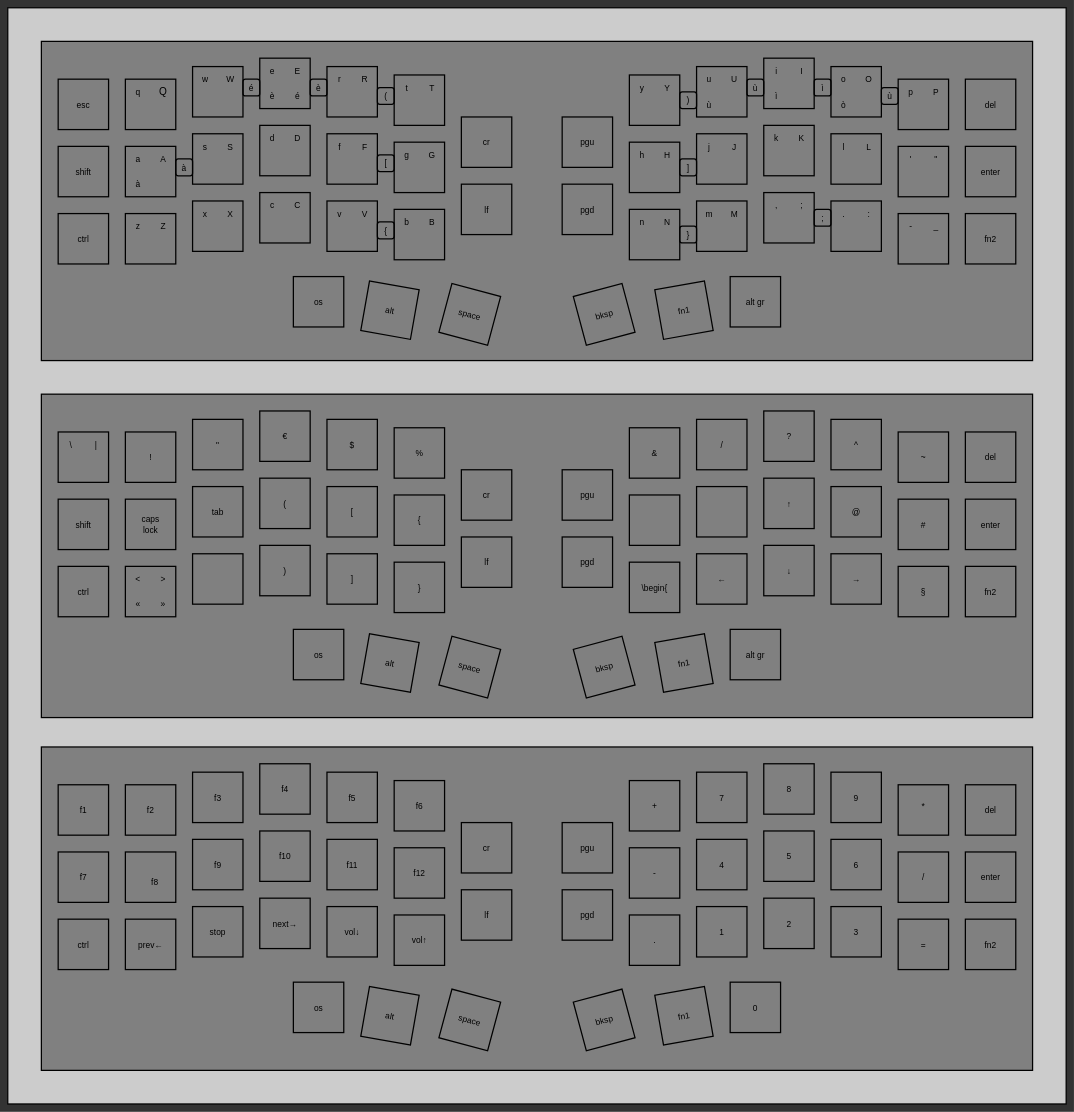
The draw.io diagram layout.dio in dellarosciagiorgio/crkbd, before the edit. Source tidied: cells renumbered, new cells numbered last; positions are measured from the earlier drawing's top-left corner, leaving out a move shared by most shapes. Both pictures are drawn from the tidied source at 42%, with x=0, y=0 at pixel (8, 8).
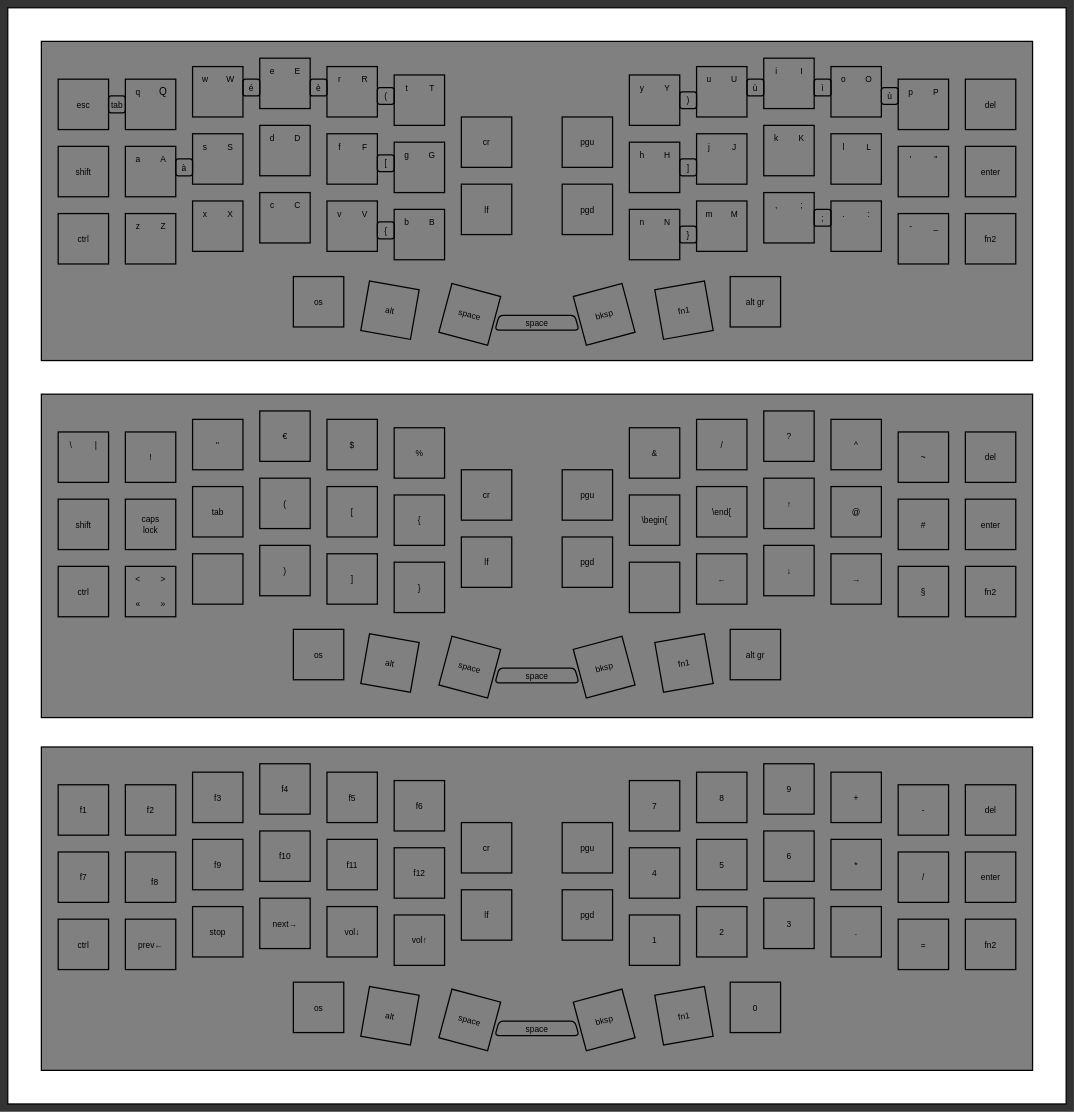
The same diagram, later.

The edit, as a diff of the source:
```diff
@@
-    <mxCell id="2" style="rounded=0;whiteSpace=wrap;html=1;fillColor=#CCCCCC;strokeWidth=3;strokeColor=#000000;fontColor=default;" parent="1" vertex="1">
+    <mxCell id="2" style="rounded=0;whiteSpace=wrap;html=1;fillColor=default;strokeWidth=3;strokeColor=#000000;fontColor=default;" parent="1" vertex="1">
       <mxGeometry width="2520" height="2610" as="geometry" />
     </mxCell>
@@
-    <mxCell id="148" value="&lt;font style=&quot;font-size: 20px; color: rgb(0, 0, 0);&quot;&gt;à&lt;/font&gt;" style="text;html=1;strokeColor=none;fillColor=none;align=center;verticalAlign=middle;whiteSpace=wrap;rounded=0;strokeWidth=1;fontFamily=Cascadia Code;fontColor=default;" parent="1" vertex="1">
-      <mxGeometry x="280" y="390" width="60" height="60" as="geometry" />
-    </mxCell>
@@
-    <mxCell id="159" value="&lt;font style=&quot;font-size: 20px; color: rgb(0, 0, 0);&quot;&gt;é&lt;/font&gt;" style="text;html=1;strokeColor=none;fillColor=none;align=center;verticalAlign=middle;whiteSpace=wrap;rounded=0;strokeWidth=1;fontFamily=Cascadia Code;fontColor=default;" parent="1" vertex="1">
-      <mxGeometry x="660" y="180" width="60" height="60" as="geometry" />
-    </mxCell>
-    <mxCell id="160" value="&lt;font style=&quot;font-size: 20px; color: rgb(0, 0, 0);&quot;&gt;è&lt;/font&gt;" style="text;html=1;strokeColor=none;fillColor=none;align=center;verticalAlign=middle;whiteSpace=wrap;rounded=0;strokeWidth=1;fontFamily=Cascadia Code;fontColor=default;" parent="1" vertex="1">
-      <mxGeometry x="600" y="180" width="60" height="60" as="geometry" />
-    </mxCell>
@@
-    <mxCell id="210" value="&lt;font style=&quot;font-size: 20px; color: rgb(0, 0, 0);&quot;&gt;ù&lt;/font&gt;" style="text;html=1;strokeColor=none;fillColor=none;align=center;verticalAlign=middle;whiteSpace=wrap;rounded=0;strokeWidth=1;fontFamily=Cascadia Code;fontColor=default;rotation=0;" parent="1" vertex="1">
-      <mxGeometry x="1640" y="200" width="60" height="60" as="geometry" />
-    </mxCell>
-    <mxCell id="211" value="&lt;font style=&quot;font-size: 20px; color: rgb(0, 0, 0);&quot;&gt;ì&lt;/font&gt;" style="text;html=1;strokeColor=none;fillColor=none;align=center;verticalAlign=middle;whiteSpace=wrap;rounded=0;strokeWidth=1;fontFamily=Cascadia Code;fontColor=default;rotation=0;" parent="1" vertex="1">
-      <mxGeometry x="1800" y="180" width="60" height="60" as="geometry" />
-    </mxCell>
-    <mxCell id="212" value="&lt;font style=&quot;font-size: 20px; color: rgb(0, 0, 0);&quot;&gt;ò&lt;/font&gt;" style="text;html=1;strokeColor=none;fillColor=none;align=center;verticalAlign=middle;whiteSpace=wrap;rounded=0;strokeWidth=1;fontFamily=Cascadia Code;fontColor=default;rotation=0;" parent="1" vertex="1">
-      <mxGeometry x="1960" y="200" width="60" height="60" as="geometry" />
-    </mxCell>
@@
     <mxCell id="285" value="&lt;font style=&quot;font-size: 20px; color: rgb(0, 0, 0);&quot;&gt;1&lt;/font&gt;" style="text;html=1;strokeColor=none;fillColor=none;align=center;verticalAlign=middle;whiteSpace=wrap;rounded=0;strokeWidth=1;fontFamily=Cascadia Code;fontColor=default;rotation=0;" parent="1" vertex="1">
-      <mxGeometry x="1670" y="2170" width="60" height="60" as="geometry" />
+      <mxGeometry x="1510" y="2190" width="60" height="60" as="geometry" />
     </mxCell>
     <mxCell id="286" value="&lt;font style=&quot;font-size: 20px; color: rgb(0, 0, 0);&quot;&gt;2&lt;/font&gt;" style="text;html=1;strokeColor=none;fillColor=none;align=center;verticalAlign=middle;whiteSpace=wrap;rounded=0;strokeWidth=1;fontFamily=Cascadia Code;fontColor=default;rotation=0;" parent="1" vertex="1">
-      <mxGeometry x="1830" y="2150" width="60" height="60" as="geometry" />
+      <mxGeometry x="1670" y="2170" width="60" height="60" as="geometry" />
     </mxCell>
     <mxCell id="287" value="&lt;font style=&quot;font-size: 20px; color: rgb(0, 0, 0);&quot;&gt;3&lt;/font&gt;" style="text;html=1;strokeColor=none;fillColor=none;align=center;verticalAlign=middle;whiteSpace=wrap;rounded=0;strokeWidth=1;fontFamily=Cascadia Code;fontColor=default;rotation=0;" parent="1" vertex="1">
-      <mxGeometry x="1990" y="2170" width="60" height="60" as="geometry" />
+      <mxGeometry x="1830" y="2150" width="60" height="60" as="geometry" />
     </mxCell>
     <mxCell id="288" value="&lt;font style=&quot;font-size: 20px; color: rgb(0, 0, 0);&quot;&gt;6&lt;/font&gt;" style="text;html=1;strokeColor=none;fillColor=none;align=center;verticalAlign=middle;whiteSpace=wrap;rounded=0;strokeWidth=1;fontFamily=Cascadia Code;fontColor=default;rotation=0;" parent="1" vertex="1">
-      <mxGeometry x="1990" y="2010" width="60" height="60" as="geometry" />
+      <mxGeometry x="1830" y="1990" width="60" height="60" as="geometry" />
     </mxCell>
     <mxCell id="289" value="&lt;font style=&quot;font-size: 20px; color: rgb(0, 0, 0);&quot;&gt;5&lt;/font&gt;" style="text;html=1;strokeColor=none;fillColor=none;align=center;verticalAlign=middle;whiteSpace=wrap;rounded=0;strokeWidth=1;fontFamily=Cascadia Code;fontColor=default;rotation=0;" parent="1" vertex="1">
-      <mxGeometry x="1830" y="1990" width="60" height="60" as="geometry" />
+      <mxGeometry x="1670" y="2010" width="60" height="60" as="geometry" />
     </mxCell>
     <mxCell id="290" value="&lt;font style=&quot;font-size: 20px; color: rgb(0, 0, 0);&quot;&gt;4&lt;/font&gt;" style="text;html=1;strokeColor=none;fillColor=none;align=center;verticalAlign=middle;whiteSpace=wrap;rounded=0;strokeWidth=1;fontFamily=Cascadia Code;fontColor=default;rotation=0;" parent="1" vertex="1">
-      <mxGeometry x="1670" y="2010" width="60" height="60" as="geometry" />
+      <mxGeometry x="1510" y="2030" width="60" height="60" as="geometry" />
     </mxCell>
     <mxCell id="291" value="&lt;font style=&quot;font-size: 20px; color: rgb(0, 0, 0);&quot;&gt;7&lt;/font&gt;" style="text;html=1;strokeColor=none;fillColor=none;align=center;verticalAlign=middle;whiteSpace=wrap;rounded=0;strokeWidth=1;fontFamily=Cascadia Code;fontColor=default;rotation=0;" parent="1" vertex="1">
-      <mxGeometry x="1670" y="1850" width="60" height="60" as="geometry" />
+      <mxGeometry x="1510" y="1870" width="60" height="60" as="geometry" />
     </mxCell>
     <mxCell id="292" value="&lt;font style=&quot;font-size: 20px; color: rgb(0, 0, 0);&quot;&gt;8&lt;/font&gt;" style="text;html=1;strokeColor=none;fillColor=none;align=center;verticalAlign=middle;whiteSpace=wrap;rounded=0;strokeWidth=1;fontFamily=Cascadia Code;fontColor=default;rotation=0;" parent="1" vertex="1">
-      <mxGeometry x="1830" y="1830" width="60" height="60" as="geometry" />
+      <mxGeometry x="1670" y="1850" width="60" height="60" as="geometry" />
     </mxCell>
     <mxCell id="293" value="&lt;font style=&quot;font-size: 20px; color: rgb(0, 0, 0);&quot;&gt;9&lt;/font&gt;" style="text;html=1;strokeColor=none;fillColor=none;align=center;verticalAlign=middle;whiteSpace=wrap;rounded=0;strokeWidth=1;fontFamily=Cascadia Code;fontColor=default;rotation=0;" parent="1" vertex="1">
-      <mxGeometry x="1990" y="1850" width="60" height="60" as="geometry" />
+      <mxGeometry x="1830" y="1830" width="60" height="60" as="geometry" />
     </mxCell>
@@
     <mxCell id="296" value="&lt;font style=&quot;font-size: 20px; color: rgb(0, 0, 0);&quot;&gt;-&lt;/font&gt;" style="text;html=1;strokeColor=none;fillColor=none;align=center;verticalAlign=middle;whiteSpace=wrap;rounded=0;strokeWidth=1;fontFamily=Cascadia Code;fontColor=default;rotation=0;" parent="1" vertex="1">
-      <mxGeometry x="1510" y="2030" width="60" height="60" as="geometry" />
+      <mxGeometry x="2150" y="1880" width="60" height="60" as="geometry" />
     </mxCell>
     <mxCell id="297" value="&lt;font style=&quot;font-size: 20px; color: rgb(0, 0, 0);&quot;&gt;+&lt;/font&gt;" style="text;html=1;strokeColor=none;fillColor=none;align=center;verticalAlign=middle;whiteSpace=wrap;rounded=0;strokeWidth=1;fontFamily=Cascadia Code;fontColor=default;rotation=0;" parent="1" vertex="1">
-      <mxGeometry x="1510" y="1870" width="60" height="60" as="geometry" />
+      <mxGeometry x="1990" y="1850" width="60" height="60" as="geometry" />
     </mxCell>
     <mxCell id="298" value="&lt;font style=&quot;font-size: 20px; color: rgb(0, 0, 0);&quot;&gt;.&lt;/font&gt;" style="text;html=1;strokeColor=none;fillColor=none;align=center;verticalAlign=middle;whiteSpace=wrap;rounded=0;strokeWidth=1;fontFamily=Cascadia Code;fontColor=default;rotation=0;" parent="1" vertex="1">
-      <mxGeometry x="1510" y="2190" width="60" height="60" as="geometry" />
+      <mxGeometry x="1990" y="2170" width="60" height="60" as="geometry" />
     </mxCell>
     <mxCell id="299" value="&lt;font style=&quot;font-size: 20px; color: rgb(0, 0, 0);&quot;&gt;*&lt;/font&gt;" style="text;html=1;strokeColor=none;fillColor=none;align=center;verticalAlign=middle;whiteSpace=wrap;rounded=0;strokeWidth=1;fontFamily=Cascadia Code;fontColor=default;rotation=0;" parent="1" vertex="1">
-      <mxGeometry x="2150" y="1870" width="60" height="60" as="geometry" />
+      <mxGeometry x="1990" y="2010" width="60" height="60" as="geometry" />
     </mxCell>
@@
     <mxCell id="343" value="&lt;font style=&quot;font-size: 20px; color: rgb(0, 0, 0);&quot;&gt;\begin{&lt;/font&gt;" style="text;html=1;strokeColor=none;fillColor=none;align=center;verticalAlign=middle;whiteSpace=wrap;rounded=0;strokeWidth=1;fontFamily=Cascadia Code;fontColor=default;" parent="1" vertex="1">
-      <mxGeometry x="1510" y="1350" width="60" height="60" as="geometry" />
+      <mxGeometry x="1510" y="1190" width="60" height="60" as="geometry" />
     </mxCell>
@@
+    <mxCell id="345" style="rounded=1;whiteSpace=wrap;html=1;strokeColor=#000000;strokeWidth=3;fillColor=none;fontColor=default;" parent="1" vertex="1">
+      <mxGeometry x="240" y="210" width="40" height="40" as="geometry" />
+    </mxCell>
+    <mxCell id="346" value="&lt;font style=&quot;font-size: 20px; color: rgb(0, 0, 0);&quot;&gt;tab&lt;/font&gt;" style="text;html=1;strokeColor=none;fillColor=none;align=center;verticalAlign=middle;whiteSpace=wrap;rounded=0;strokeWidth=1;fontFamily=Cascadia Code;fontColor=default;" parent="1" vertex="1">
+      <mxGeometry x="250" y="220" width="20" height="20" as="geometry" />
+    </mxCell>
+    <mxCell id="347" value="&lt;font style=&quot;font-size: 20px; color: rgb(0, 0, 0);&quot;&gt;\end{&lt;/font&gt;" style="text;html=1;strokeColor=none;fillColor=none;align=center;verticalAlign=middle;whiteSpace=wrap;rounded=0;strokeWidth=1;fontFamily=Cascadia Code;fontColor=default;" parent="1" vertex="1">
+      <mxGeometry x="1670" y="1170" width="60" height="60" as="geometry" />
+    </mxCell>
+    <mxCell id="348" value="&lt;font style=&quot;font-size: 20px; color: rgb(0, 0, 0);&quot;&gt;space&lt;/font&gt;" style="text;html=1;strokeColor=none;fillColor=none;align=center;verticalAlign=middle;whiteSpace=wrap;rounded=0;strokeWidth=1;fontFamily=Cascadia Code;fontColor=default;rotation=0;" parent="1" vertex="1">
+      <mxGeometry x="1230" y="720" width="60" height="60" as="geometry" />
+    </mxCell>
+    <mxCell id="349" style="shape=trapezoid;perimeter=trapezoidPerimeter;whiteSpace=wrap;html=1;fixedSize=1;size=10;rounded=1;fillColor=none;strokeWidth=3;" parent="1" vertex="1">
+      <mxGeometry x="1160" y="732.5" width="200" height="35" as="geometry" />
+    </mxCell>
+    <mxCell id="350" value="&lt;font style=&quot;font-size: 20px; color: rgb(0, 0, 0);&quot;&gt;space&lt;/font&gt;" style="text;html=1;strokeColor=none;fillColor=none;align=center;verticalAlign=middle;whiteSpace=wrap;rounded=0;strokeWidth=1;fontFamily=Cascadia Code;fontColor=default;rotation=0;" parent="1" vertex="1">
+      <mxGeometry x="1230" y="1560" width="60" height="60" as="geometry" />
+    </mxCell>
+    <mxCell id="351" style="shape=trapezoid;perimeter=trapezoidPerimeter;whiteSpace=wrap;html=1;fixedSize=1;size=10;rounded=1;fillColor=none;strokeWidth=3;" parent="1" vertex="1">
+      <mxGeometry x="1160" y="1572.5" width="200" height="35" as="geometry" />
+    </mxCell>
+    <mxCell id="352" value="&lt;font style=&quot;font-size: 20px; color: rgb(0, 0, 0);&quot;&gt;space&lt;/font&gt;" style="text;html=1;strokeColor=none;fillColor=none;align=center;verticalAlign=middle;whiteSpace=wrap;rounded=0;strokeWidth=1;fontFamily=Cascadia Code;fontColor=default;rotation=0;" parent="1" vertex="1">
+      <mxGeometry x="1230" y="2400" width="60" height="60" as="geometry" />
+    </mxCell>
+    <mxCell id="353" style="shape=trapezoid;perimeter=trapezoidPerimeter;whiteSpace=wrap;html=1;fixedSize=1;size=10;rounded=1;fillColor=none;strokeWidth=3;" parent="1" vertex="1">
+      <mxGeometry x="1160" y="2412.5" width="200" height="35" as="geometry" />
+    </mxCell>
```
